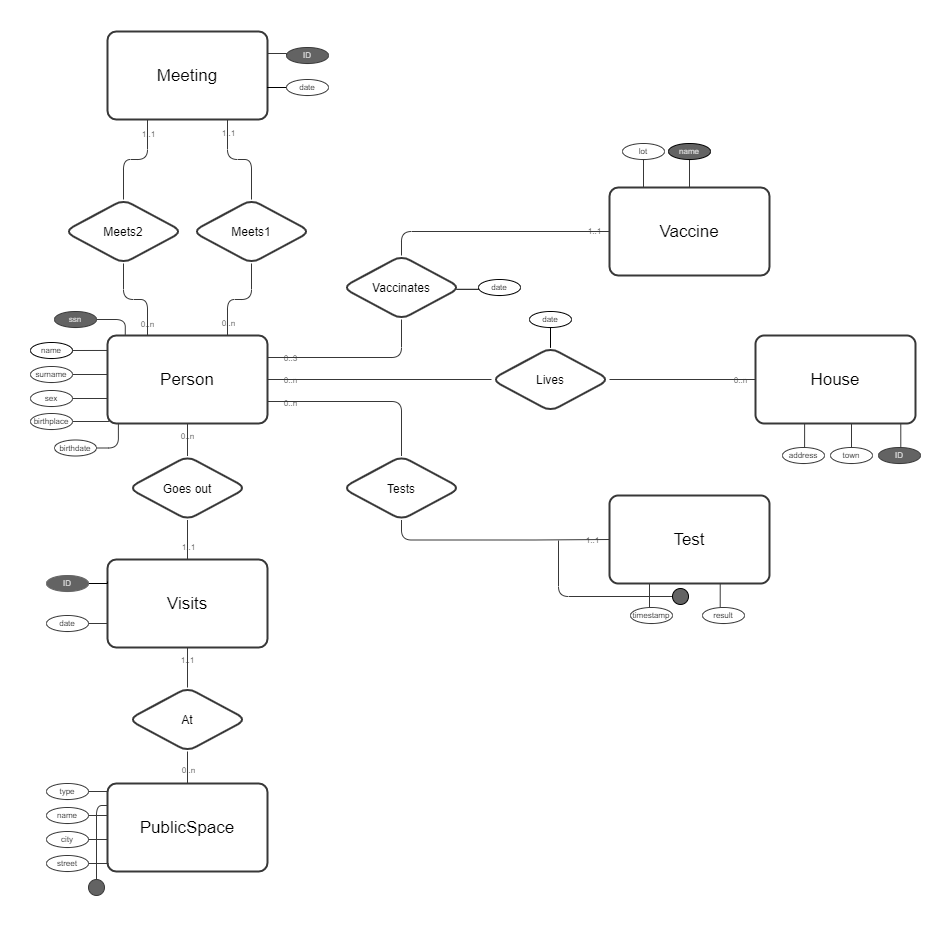
VladMarianCimpeanu/SMBUD-project keeps this draw.io diagram as deliverables/er.png. Above is the earlier version. Source tidied: cells renumbered, new cells last; positions are measured from the earlier drawing's top-left corner, leaving out a move shared by most shapes.
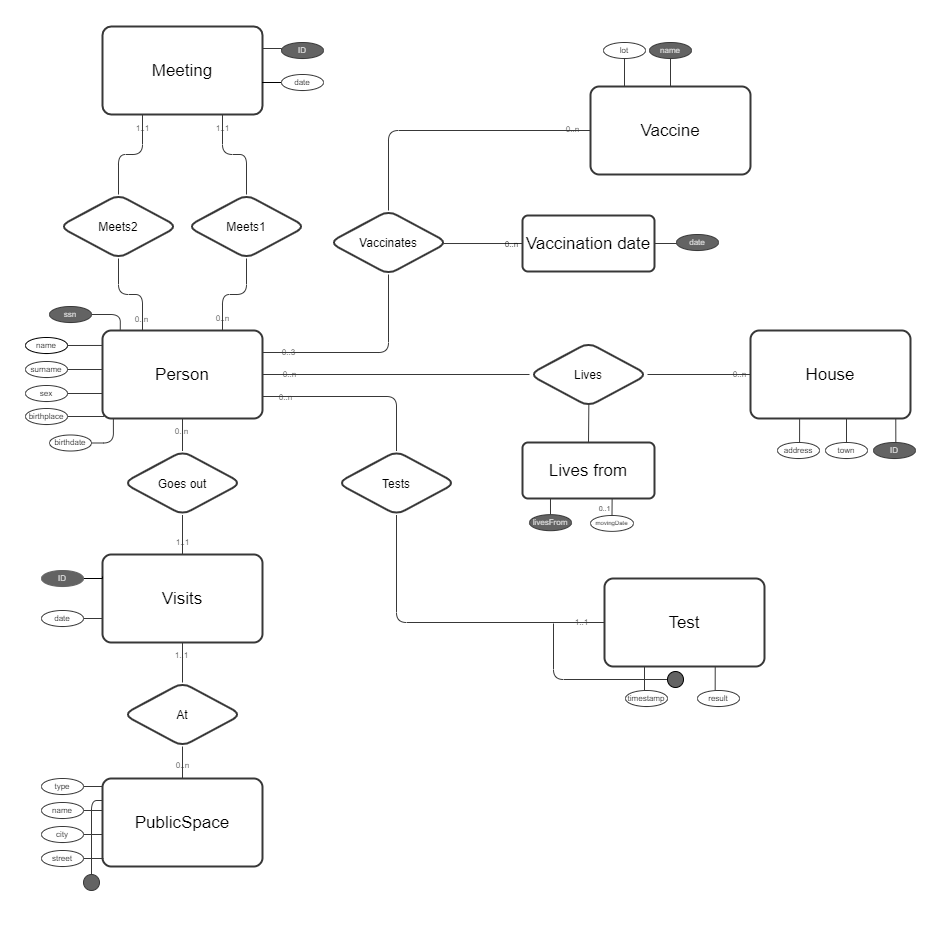
After the commit.

What changed in the source:
```diff
@@ -84,14 +84,14 @@
     </mxCell>
     <mxCell id="26" style="edgeStyle=orthogonalEdgeStyle;rounded=0;jettySize=auto;html=1;fontSize=8;endArrow=none;endFill=0;strokeColor=#383838;" parent="1" edge="1" target="48">
       <mxGeometry relative="1" as="geometry">
-        <mxPoint x="613" y="156" as="sourcePoint" />
+        <mxPoint x="599" y="60" as="sourcePoint" />
       </mxGeometry>
     </mxCell>
     <mxCell id="27" value="Vaccine" style="arcSize=10;whiteSpace=wrap;html=1;align=center;rounded=1;fontSize=17;strokeWidth=2;strokeColor=#383838;" parent="1" vertex="1">
-      <mxGeometry x="579" y="156" width="160" height="88" as="geometry" />
+      <mxGeometry x="565" y="60" width="160" height="88" as="geometry" />
     </mxCell>
     <mxCell id="28" value="Test" style="arcSize=10;whiteSpace=wrap;html=1;align=center;rounded=1;fontSize=17;strokeWidth=2;strokeColor=#383838;" parent="1" vertex="1">
-      <mxGeometry x="579" y="464" width="160" height="88" as="geometry" />
+      <mxGeometry x="579" y="552" width="160" height="88" as="geometry" />
     </mxCell>
     <mxCell id="29" style="edgeStyle=orthogonalEdgeStyle;rounded=1;jettySize=auto;html=1;exitX=0.5;exitY=1;exitDx=0;exitDy=0;entryX=0.25;entryY=0;entryDx=0;entryDy=0;fontSize=17;endArrow=none;endFill=0;strokeColor=#383838;" parent="1" edge="1" source="31" target="10">
       <mxGeometry relative="1" as="geometry" />
@@ -129,19 +129,16 @@
       <mxGeometry x="0.78" relative="1" as="geometry" />
     </mxCell>
     <mxCell id="40" value="Lives" style="shape=rhombus;perimeter=rhombusPerimeter;whiteSpace=wrap;html=1;align=center;rounded=1;strokeWidth=2;strokeColor=#383838;" parent="1" vertex="1">
-      <mxGeometry x="461" y="316" width="118" height="64" as="geometry" />
+      <mxGeometry x="504" y="316" width="118" height="64" as="geometry" />
     </mxCell>
-    <mxCell id="41" style="edgeStyle=orthogonalEdgeStyle;rounded=1;jettySize=auto;html=1;exitX=0.5;exitY=0;exitDx=0;exitDy=0;entryX=0;entryY=0.5;entryDx=0;entryDy=0;fontSize=17;endArrow=none;endFill=0;strokeColor=#383838;" parent="1" edge="1" source="44" target="27">
+    <mxCell id="41" style="edgeStyle=orthogonalEdgeStyle;rounded=1;jettySize=auto;html=1;exitX=0.5;exitY=0;exitDx=0;exitDy=0;entryX=0;entryY=0.5;entryDx=0;entryDy=0;fontSize=17;endArrow=none;endFill=0;strokeColor=#383838;labelBackgroundColor=default;" parent="1" edge="1" source="44" target="27">
       <mxGeometry relative="1" as="geometry" />
     </mxCell>
-    <mxCell id="42" value="1..1" style="edgeLabel;html=1;align=center;verticalAlign=middle;fontSize=8;fontColor=#383838;labelBackgroundColor=none;" parent="41" vertex="1">
+    <mxCell id="42" value="0..n" style="edgeLabel;html=1;align=center;verticalAlign=middle;fontSize=8;fontColor=#383838;labelBackgroundColor=none;" parent="41" vertex="1">
       <mxGeometry x="0.87" y="1" relative="1" as="geometry" />
     </mxCell>
-    <mxCell id="43" style="edgeStyle=orthogonalEdgeStyle;rounded=0;jettySize=auto;html=1;exitX=0.965;exitY=0.528;exitDx=0;exitDy=0;entryX=0;entryY=0.5;entryDx=0;entryDy=0;fontSize=6;endArrow=none;endFill=0;exitPerimeter=0;" parent="1" edge="1" source="44" target="51">
-      <mxGeometry relative="1" as="geometry" />
-    </mxCell>
     <mxCell id="44" value="Vaccinates" style="shape=rhombus;perimeter=rhombusPerimeter;whiteSpace=wrap;html=1;align=center;rounded=1;strokeWidth=2;strokeColor=#383838;" parent="1" vertex="1">
-      <mxGeometry x="312" y="224" width="118" height="64" as="geometry" />
+      <mxGeometry x="304" y="184" width="118" height="64" as="geometry" />
     </mxCell>
     <mxCell id="45" style="edgeStyle=orthogonalEdgeStyle;rounded=1;jettySize=auto;html=1;exitX=0.5;exitY=1;exitDx=0;exitDy=0;entryX=0;entryY=0.5;entryDx=0;entryDy=0;fontSize=17;endArrow=none;endFill=0;strokeColor=#383838;" parent="1" edge="1" source="47" target="28">
       <mxGeometry relative="1" as="geometry" />
@@ -153,38 +150,29 @@
       <mxGeometry x="312" y="424.5" width="118" height="64" as="geometry" />
     </mxCell>
     <mxCell id="48" value="&lt;font style=&quot;font-size: 8px&quot;&gt;lot&lt;/font&gt;" style="ellipse;whiteSpace=wrap;html=1;rounded=1;fontSize=6;arcSize=10;strokeColor=#383838;" parent="1" vertex="1">
-      <mxGeometry x="592" y="112" width="42" height="16" as="geometry" />
+      <mxGeometry x="578" y="16" width="42" height="16" as="geometry" />
     </mxCell>
     <mxCell id="49" style="edgeStyle=orthogonalEdgeStyle;rounded=0;jettySize=auto;html=1;fontSize=8;endArrow=none;endFill=0;strokeColor=#383838;" parent="1" edge="1" target="50">
       <mxGeometry relative="1" as="geometry">
-        <mxPoint x="659" y="156" as="sourcePoint" />
+        <mxPoint x="645" y="60" as="sourcePoint" />
       </mxGeometry>
     </mxCell>
-    <mxCell id="50" value="&lt;font color=&quot;#dbdbdb&quot; style=&quot;font-size: 8px&quot;&gt;name&lt;/font&gt;" style="ellipse;whiteSpace=wrap;html=1;rounded=1;fontSize=6;arcSize=10;fillColor=#636363;" parent="1" vertex="1">
-      <mxGeometry x="638" y="112" width="42" height="16" as="geometry" />
+    <mxCell id="50" value="&lt;font color=&quot;#dbdbdb&quot; style=&quot;font-size: 8px&quot;&gt;name&lt;/font&gt;" style="ellipse;whiteSpace=wrap;html=1;rounded=1;fontSize=6;arcSize=10;fillColor=#636363;strokeColor=#383838;" parent="1" vertex="1">
+      <mxGeometry x="624" y="16" width="42" height="16" as="geometry" />
     </mxCell>
-    <mxCell id="51" value="&lt;font style=&quot;font-size: 8px&quot;&gt;date&lt;/font&gt;" style="ellipse;whiteSpace=wrap;html=1;rounded=1;fontSize=6;arcSize=10;" parent="1" vertex="1">
-      <mxGeometry x="448" y="248" width="42" height="16" as="geometry" />
-    </mxCell>
-    <mxCell id="52" style="edgeStyle=orthogonalEdgeStyle;rounded=0;jettySize=auto;html=1;exitX=0.5;exitY=1;exitDx=0;exitDy=0;fontSize=6;endArrow=none;endFill=0;" parent="1" edge="1" source="53" target="40">
-      <mxGeometry relative="1" as="geometry" />
-    </mxCell>
-    <mxCell id="53" value="&lt;font style=&quot;font-size: 8px&quot;&gt;date&lt;/font&gt;" style="ellipse;whiteSpace=wrap;html=1;rounded=1;fontSize=6;arcSize=10;" parent="1" vertex="1">
-      <mxGeometry x="499" y="280" width="42" height="16" as="geometry" />
-    </mxCell>
     <mxCell id="54" style="edgeStyle=orthogonalEdgeStyle;rounded=0;jettySize=auto;html=1;exitX=0.5;exitY=0;exitDx=0;exitDy=0;entryX=0.25;entryY=1;entryDx=0;entryDy=0;fontSize=6;endArrow=none;endFill=0;strokeColor=#383838;" parent="1" edge="1" source="55" target="28">
       <mxGeometry relative="1" as="geometry" />
     </mxCell>
     <mxCell id="55" value="&lt;font style=&quot;font-size: 8px&quot;&gt;timestamp&lt;/font&gt;" style="ellipse;whiteSpace=wrap;html=1;rounded=1;fontSize=6;arcSize=10;strokeColor=#383838;" parent="1" vertex="1">
-      <mxGeometry x="600" y="576" width="42" height="16" as="geometry" />
+      <mxGeometry x="600" y="664" width="42" height="16" as="geometry" />
     </mxCell>
     <mxCell id="56" style="edgeStyle=orthogonalEdgeStyle;rounded=0;jettySize=auto;html=1;exitX=0.5;exitY=0;exitDx=0;exitDy=0;entryX=0.592;entryY=0.999;entryDx=0;entryDy=0;entryPerimeter=0;fontSize=6;endArrow=none;endFill=0;strokeColor=#383838;" parent="1" edge="1" source="57">
       <mxGeometry relative="1" as="geometry">
-        <mxPoint x="689.7" y="551.9" as="targetPoint" />
+        <mxPoint x="689.7" y="639.9" as="targetPoint" />
       </mxGeometry>
     </mxCell>
     <mxCell id="57" value="&lt;font style=&quot;font-size: 8px&quot;&gt;result&lt;/font&gt;" style="ellipse;whiteSpace=wrap;html=1;rounded=1;fontSize=6;arcSize=10;strokeColor=#383838;" parent="1" vertex="1">
-      <mxGeometry x="672" y="576" width="42" height="16" as="geometry" />
+      <mxGeometry x="672" y="664" width="42" height="16" as="geometry" />
     </mxCell>
     <mxCell id="58" style="edgeStyle=orthogonalEdgeStyle;rounded=0;jettySize=auto;html=1;exitX=0.5;exitY=0;exitDx=0;exitDy=0;entryX=0.75;entryY=1;entryDx=0;entryDy=0;fontSize=6;endArrow=none;endFill=0;strokeColor=#383838;" parent="1" edge="1" source="59">
       <mxGeometry relative="1" as="geometry">
@@ -288,14 +276,14 @@
     </mxCell>
     <mxCell id="90" style="edgeStyle=orthogonalEdgeStyle;rounded=1;jettySize=auto;html=1;exitX=0;exitY=0.5;exitDx=0;exitDy=0;fontSize=6;endArrow=none;endFill=0;strokeColor=#383838;" parent="1" edge="1" source="91">
       <mxGeometry relative="1" as="geometry">
-        <mxPoint x="528" y="509" as="targetPoint" />
+        <mxPoint x="528" y="597" as="targetPoint" />
         <Array as="points">
-          <mxPoint x="528" y="565" />
+          <mxPoint x="528" y="653" />
         </Array>
       </mxGeometry>
     </mxCell>
     <mxCell id="91" style="ellipse;whiteSpace=wrap;html=1;fontSize=6;fillColor=#636363;" parent="1" vertex="1">
-      <mxGeometry x="642" y="557" width="16" height="16" as="geometry" />
+      <mxGeometry x="642" y="645" width="16" height="16" as="geometry" />
     </mxCell>
     <mxCell id="92" style="edgeStyle=orthogonalEdgeStyle;rounded=0;jettySize=auto;html=1;exitX=0.5;exitY=0;exitDx=0;exitDy=0;entryX=0.908;entryY=1.007;entryDx=0;entryDy=0;entryPerimeter=0;fontSize=6;endArrow=none;endFill=0;strokeColor=#383838;" parent="1" edge="1" source="93" target="25">
       <mxGeometry relative="1" as="geometry" />
@@ -303,5 +291,45 @@
     <mxCell id="93" value="&lt;font color=&quot;#dbdbdb&quot; style=&quot;font-size: 8px&quot;&gt;ID&lt;/font&gt;" style="ellipse;whiteSpace=wrap;html=1;rounded=1;fontSize=6;arcSize=10;fillColor=#636363;strokeColor=#383838;" parent="1" vertex="1">
       <mxGeometry x="848" y="416" width="42" height="16" as="geometry" />
     </mxCell>
+    <mxCell id="94" style="edgeStyle=orthogonalEdgeStyle;rounded=0;jettySize=auto;html=1;exitX=0.5;exitY=0;exitDx=0;exitDy=0;entryX=0.503;entryY=0.959;entryDx=0;entryDy=0;entryPerimeter=0;endArrow=none;endFill=0;strokeColor=#383838;" parent="1" edge="1" source="95" target="40">
+      <mxGeometry relative="1" as="geometry" />
+    </mxCell>
+    <mxCell id="95" value="Lives from" style="arcSize=10;whiteSpace=wrap;html=1;align=center;rounded=1;fontSize=17;strokeWidth=2;strokeColor=#383838;" parent="1" vertex="1">
+      <mxGeometry x="497" y="416" width="132" height="56" as="geometry" />
+    </mxCell>
+    <mxCell id="96" style="edgeStyle=orthogonalEdgeStyle;rounded=0;jettySize=auto;html=1;exitX=0.5;exitY=0;exitDx=0;exitDy=0;entryX=0.462;entryY=1.015;entryDx=0;entryDy=0;entryPerimeter=0;endArrow=none;endFill=0;strokeColor=#383838;" parent="1" edge="1" source="97">
+      <mxGeometry relative="1" as="geometry">
+        <mxPoint x="525" y="472" as="targetPoint" />
+      </mxGeometry>
+    </mxCell>
+    <mxCell id="97" value="&lt;font style=&quot;font-size: 8px&quot; color=&quot;#dbdbdb&quot;&gt;livesFrom&lt;/font&gt;" style="ellipse;whiteSpace=wrap;html=1;rounded=1;fontSize=6;arcSize=10;strokeColor=#383838;fillColor=#636363;" parent="1" vertex="1">
+      <mxGeometry x="504" y="488.2" width="42" height="16" as="geometry" />
+    </mxCell>
+    <mxCell id="98" style="edgeStyle=orthogonalEdgeStyle;rounded=0;jettySize=auto;html=1;exitX=0;exitY=0.5;exitDx=0;exitDy=0;entryX=0.965;entryY=0.516;entryDx=0;entryDy=0;entryPerimeter=0;endArrow=none;endFill=0;strokeColor=#383838;" parent="1" edge="1" source="101" target="44">
+      <mxGeometry relative="1" as="geometry" />
+    </mxCell>
+    <mxCell id="99" value="&lt;font color=&quot;#000000&quot; style=&quot;font-size: 8px&quot;&gt;0..n&lt;/font&gt;" style="edgeLabel;html=1;align=center;verticalAlign=middle;fontColor=#DBDBDB;labelBackgroundColor=none;" parent="98" vertex="1">
+      <mxGeometry x="-0.71" relative="1" as="geometry" />
+    </mxCell>
+    <mxCell id="100" style="edgeStyle=orthogonalEdgeStyle;rounded=0;jettySize=auto;html=1;exitX=1;exitY=0.5;exitDx=0;exitDy=0;entryX=0;entryY=0.5;entryDx=0;entryDy=0;endArrow=none;endFill=0;strokeColor=#383838;" parent="1" edge="1" source="101" target="102">
+      <mxGeometry relative="1" as="geometry" />
+    </mxCell>
+    <mxCell id="101" value="Vaccination date" style="arcSize=10;whiteSpace=wrap;html=1;align=center;rounded=1;fontSize=17;strokeWidth=2;strokeColor=#383838;" parent="1" vertex="1">
+      <mxGeometry x="497" y="189" width="132" height="56" as="geometry" />
+    </mxCell>
+    <mxCell id="102" value="&lt;font style=&quot;font-size: 8px&quot; color=&quot;#dbdbdb&quot;&gt;date&lt;/font&gt;" style="ellipse;whiteSpace=wrap;html=1;rounded=1;fontSize=6;arcSize=10;strokeColor=#383838;fillColor=#636363;" parent="1" vertex="1">
+      <mxGeometry x="651" y="208" width="42" height="16" as="geometry" />
+    </mxCell>
+    <mxCell id="103" style="edgeStyle=orthogonalEdgeStyle;rounded=0;jettySize=auto;html=1;exitX=0.5;exitY=0;exitDx=0;exitDy=0;entryX=0.679;entryY=1;entryDx=0;entryDy=0;entryPerimeter=0;endArrow=none;endFill=0;strokeColor=#383838;" parent="1" edge="1" source="105" target="95">
+      <mxGeometry relative="1" as="geometry" />
+    </mxCell>
+    <mxCell id="104" value="&lt;font style=&quot;font-size: 7px&quot;&gt;0..1&lt;/font&gt;" style="edgeLabel;html=1;align=center;verticalAlign=middle;labelBackgroundColor=none;" parent="103" vertex="1">
+      <mxGeometry x="0.37" relative="1" as="geometry">
+        <mxPoint x="-8" y="3" as="offset" />
+      </mxGeometry>
+    </mxCell>
+    <mxCell id="105" value="&lt;font style=&quot;font-size: 6px&quot;&gt;movingDate&lt;/font&gt;" style="ellipse;whiteSpace=wrap;html=1;rounded=1;fontSize=6;arcSize=10;strokeColor=#383838;" parent="1" vertex="1">
+      <mxGeometry x="565" y="489" width="43" height="15.8" as="geometry" />
+    </mxCell>
   </root>
 </mxGraphModel>
```
